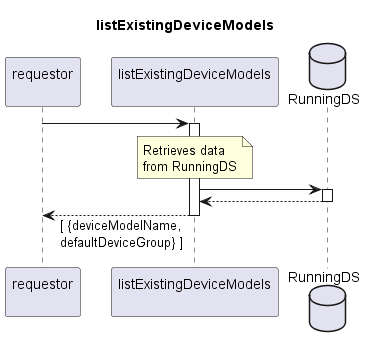
The PlantUML diagram spec/Services/listExistingDeviceModels/1.0.0/listExistingDeviceModels.png in openBackhaul/FirmWareManager, before a commit. Its diagram source:
```plantuml
@startuml listExistingDeviceModels
skinparam responseMessageBelowArrow true

title
  listExistingDeviceModels
end title

participant "requestor\n" as requestor
participant "listExistingDeviceModels\n" as indServ
database "RunningDS" as RunDS

requestor -> indServ
activate indServ

  note over indServ
    Retrieves data
    from RunningDS
  end note
  indServ -> RunDS
  activate RunDS
  indServ <-- RunDS
  deactivate RunDS

requestor <-- indServ: [ {deviceModelName,\ndefaultDeviceGroup} ]
deactivate indServ

@enduml
```
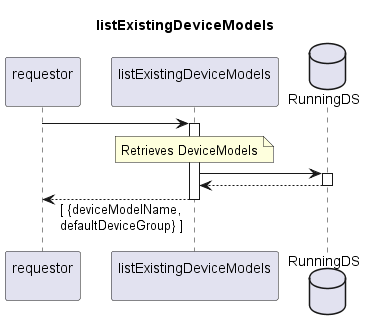
After the change.

The edit, as a diff of the source:
```diff
@@ -13,8 +13,7 @@
 activate indServ
 
   note over indServ
-    Retrieves data
-    from RunningDS
+    Retrieves DeviceModels
   end note
   indServ -> RunDS
   activate RunDS
```
